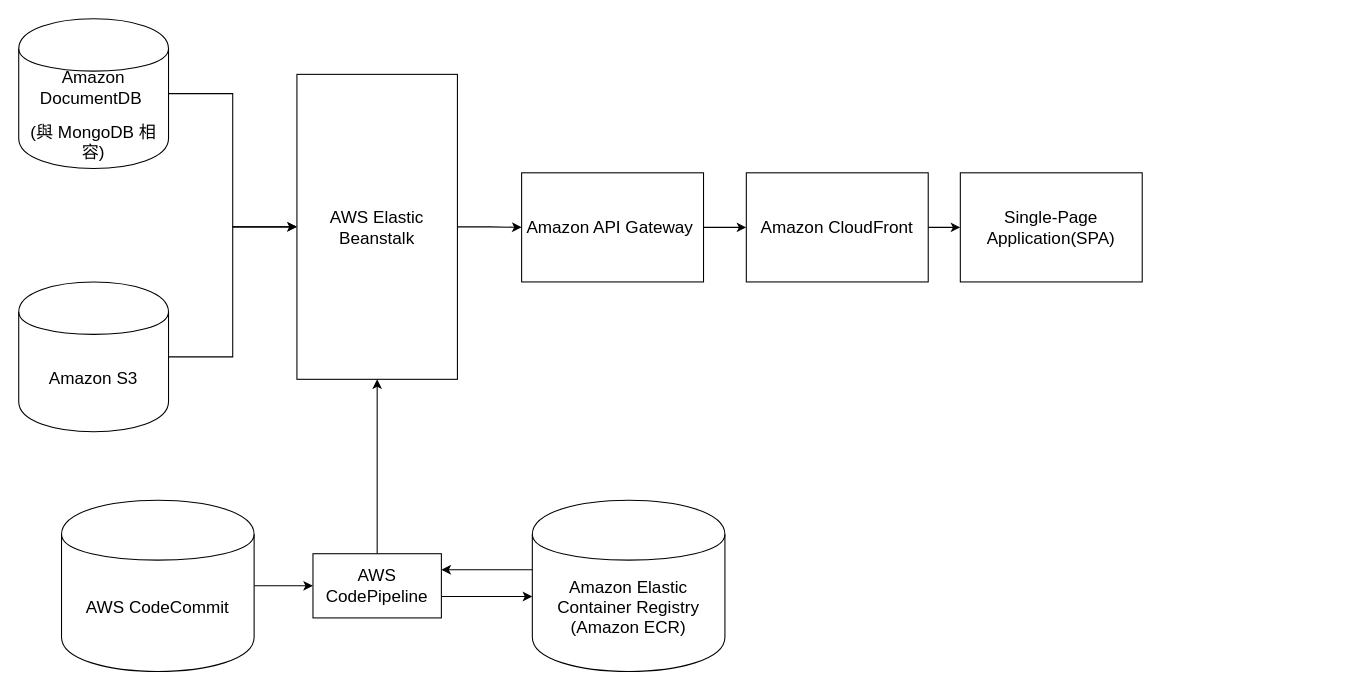
Earlier version of the draw.io diagram beanstalk/Beanstalk-Docker.drawio (Ruisi-Lu/aws_frame). Source tidied: cells renumbered, new cells numbered last; positions are measured from the earlier drawing's top-left corner, leaving out a move shared by most shapes. Both pictures are drawn from the tidied source at 107%, with x=0, y=0 at pixel (18, 18).
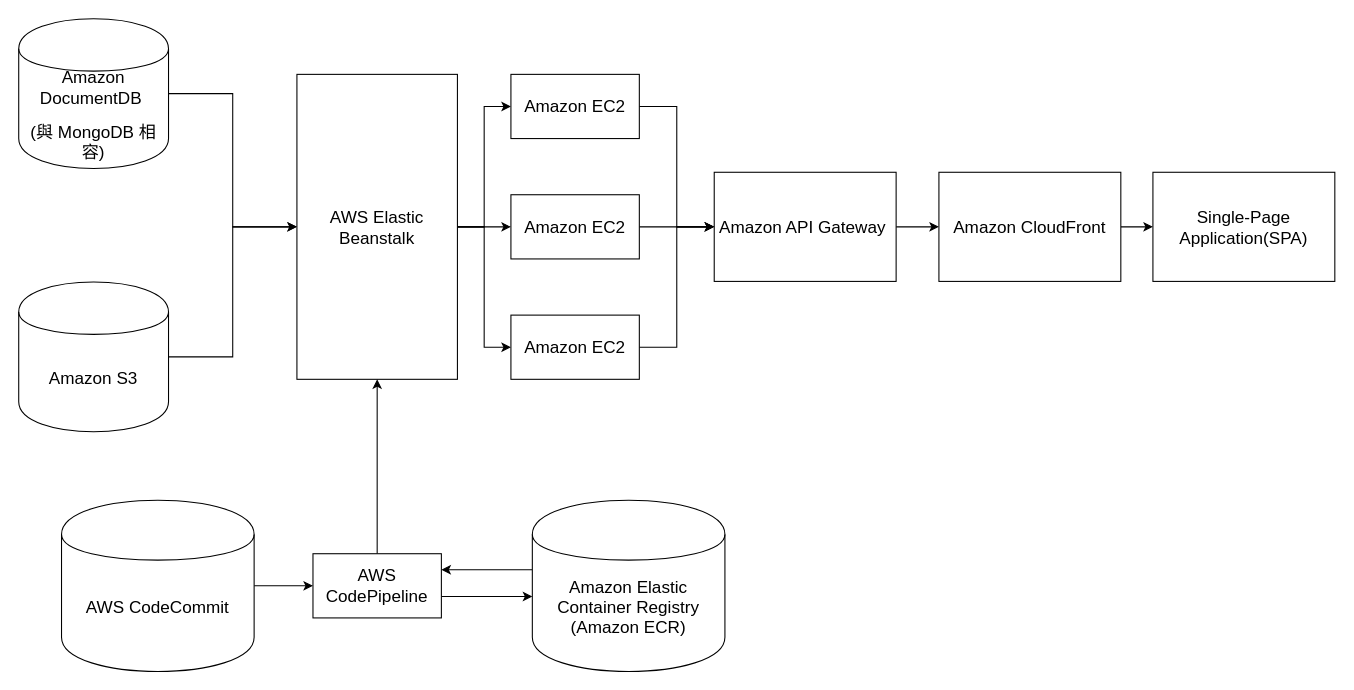
The same page after the edit.

Unchanged cells that the change refers to:
```xml
<mxCell id="16" value="&lt;p class=&quot;MsoNormal&quot;&gt;&lt;span lang=&quot;EN-US&quot; style=&quot;font-size: 12.0pt ; font-family: &amp;#34;微軟正黑體&amp;#34; , sans-serif&quot;&gt;AWS Elastic Beanstalk&lt;/span&gt;&lt;br&gt;&lt;/p&gt;" style="rounded=0;whiteSpace=wrap;html=1;" parent="1" vertex="1">
  <mxGeometry x="260" y="52" width="150" height="285" as="geometry" />
</mxCell>
```

What changed in the source:
```diff
@@
     <mxCell id="3" value="&lt;span lang=&quot;EN-US&quot; style=&quot;font-size: 12.0pt ; font-family: &amp;#34;微軟正黑體&amp;#34; , sans-serif&quot;&gt;Amazon API Gateway&amp;nbsp;&lt;/span&gt;" style="rounded=0;whiteSpace=wrap;html=1;" parent="1" vertex="1">
-      <mxGeometry x="470" y="144" width="170" height="102" as="geometry" />
+      <mxGeometry x="650" y="143.5" width="170" height="102" as="geometry" />
     </mxCell>
@@
     <mxCell id="5" value="&lt;span lang=&quot;EN-US&quot; style=&quot;font-size: 12.0pt ; font-family: &amp;#34;微軟正黑體&amp;#34; , sans-serif&quot;&gt;Amazon CloudFront&lt;/span&gt;" style="rounded=0;whiteSpace=wrap;html=1;" parent="1" vertex="1">
-      <mxGeometry x="680" y="144" width="170" height="102" as="geometry" />
+      <mxGeometry x="860" y="143.5" width="170" height="102" as="geometry" />
     </mxCell>
     <mxCell id="6" value="&lt;span lang=&quot;EN-US&quot; style=&quot;font-size: 12.0pt ; font-family: &amp;#34;微軟正黑體&amp;#34; , sans-serif&quot;&gt;Single-Page Application(SPA)&lt;/span&gt;" style="rounded=0;whiteSpace=wrap;html=1;" parent="1" vertex="1">
-      <mxGeometry x="880" y="144" width="170" height="102" as="geometry" />
+      <mxGeometry x="1060" y="143.5" width="170" height="102" as="geometry" />
     </mxCell>
@@
-    <mxCell id="15" style="edgeStyle=orthogonalEdgeStyle;rounded=0;jettySize=auto;html=1;entryX=0;entryY=0.5;entryDx=0;entryDy=0;" parent="1" edge="1" source="16" target="3">
-      <mxGeometry relative="1" as="geometry" />
-    </mxCell>
+    <mxCell id="20" style="edgeStyle=orthogonalEdgeStyle;rounded=0;jettySize=auto;html=1;" parent="1" edge="1" source="16" target="24">
+      <mxGeometry relative="1" as="geometry" />
+    </mxCell>
+    <mxCell id="21" style="edgeStyle=orthogonalEdgeStyle;rounded=0;jettySize=auto;html=1;" parent="1" edge="1" source="16" target="26">
+      <mxGeometry relative="1" as="geometry" />
+    </mxCell>
+    <mxCell id="22" style="edgeStyle=orthogonalEdgeStyle;rounded=0;jettySize=auto;html=1;" parent="1" edge="1" source="16" target="28">
+      <mxGeometry relative="1" as="geometry" />
+    </mxCell>
@@
+    <mxCell id="23" style="edgeStyle=orthogonalEdgeStyle;rounded=0;jettySize=auto;html=1;entryX=0;entryY=0.5;entryDx=0;entryDy=0;" parent="1" edge="1" source="24" target="3">
+      <mxGeometry relative="1" as="geometry" />
+    </mxCell>
+    <mxCell id="24" value="&lt;span lang=&quot;EN-US&quot; style=&quot;font-size: 12.0pt ; font-family: &amp;#34;微軟正黑體&amp;#34; , sans-serif&quot;&gt;Amazon EC2&lt;/span&gt;" style="rounded=0;whiteSpace=wrap;html=1;" parent="1" vertex="1">
+      <mxGeometry x="460" y="52" width="120" height="60" as="geometry" />
+    </mxCell>
+    <mxCell id="25" style="edgeStyle=orthogonalEdgeStyle;rounded=0;jettySize=auto;html=1;entryX=0;entryY=0.5;entryDx=0;entryDy=0;" parent="1" edge="1" source="26" target="3">
+      <mxGeometry relative="1" as="geometry" />
+    </mxCell>
+    <mxCell id="26" value="&lt;span lang=&quot;EN-US&quot; style=&quot;font-size: 12.0pt ; font-family: &amp;#34;微軟正黑體&amp;#34; , sans-serif&quot;&gt;Amazon EC2&lt;/span&gt;" style="rounded=0;whiteSpace=wrap;html=1;" parent="1" vertex="1">
+      <mxGeometry x="460" y="164.5" width="120" height="60" as="geometry" />
+    </mxCell>
+    <mxCell id="27" style="edgeStyle=orthogonalEdgeStyle;rounded=0;jettySize=auto;html=1;entryX=0;entryY=0.5;entryDx=0;entryDy=0;" parent="1" edge="1" source="28" target="3">
+      <mxGeometry relative="1" as="geometry" />
+    </mxCell>
+    <mxCell id="28" value="&lt;span lang=&quot;EN-US&quot; style=&quot;font-size: 12.0pt ; font-family: &amp;#34;微軟正黑體&amp;#34; , sans-serif&quot;&gt;Amazon EC2&lt;/span&gt;" style="rounded=0;whiteSpace=wrap;html=1;" parent="1" vertex="1">
+      <mxGeometry x="460" y="277" width="120" height="60" as="geometry" />
+    </mxCell>
```
